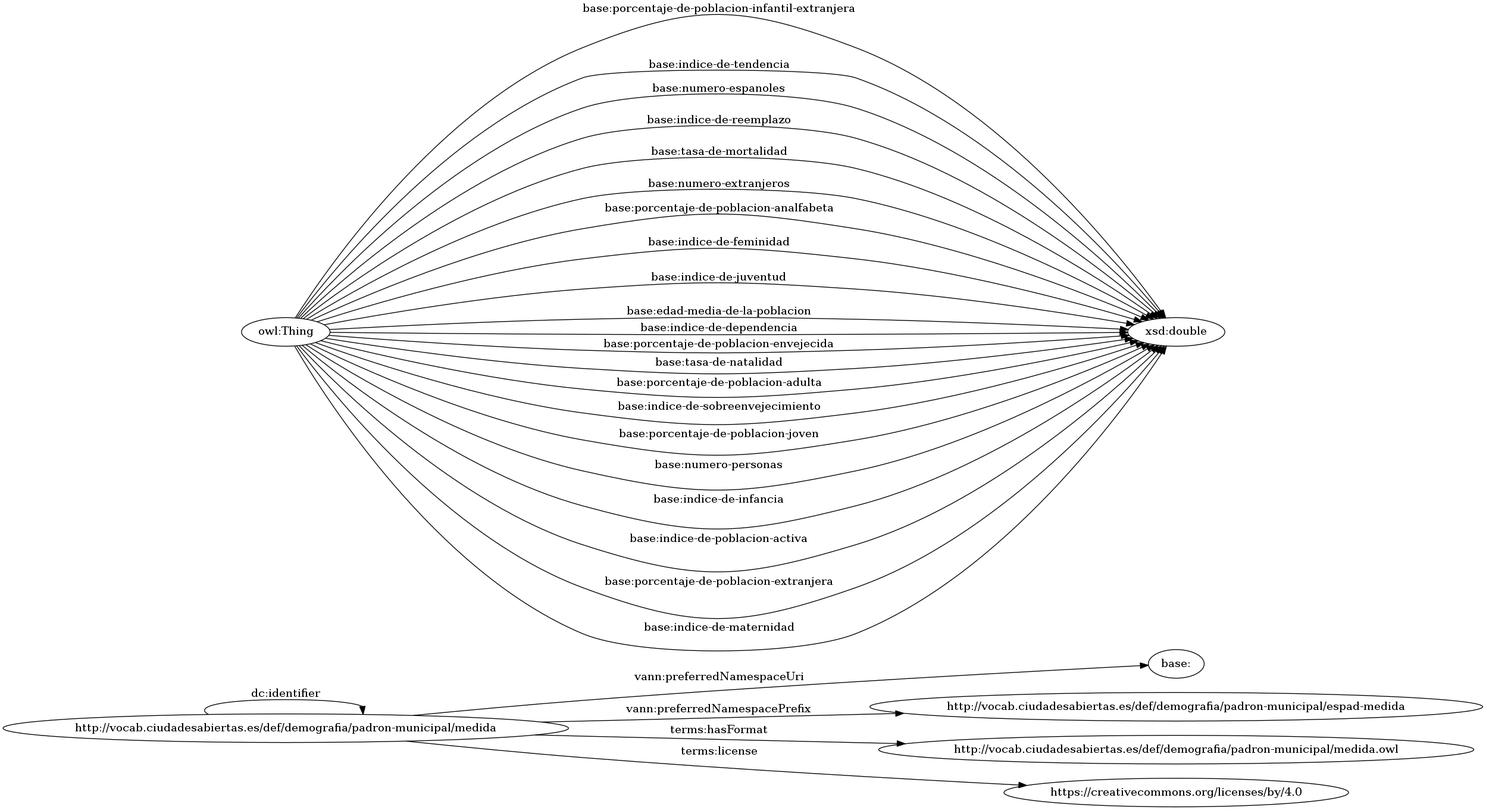
opencitydata/demografia-datos keeps this Graphviz diagram as OnToology/measure-ontology/padron-municipal-medida.owl/diagrams/ar2dtool-class/padron-municipal-medida.owl.png. Above is the earlier version. Its source is kept beside it as OnToology/measure-ontology/padron-municipal-medida.owl/diagrams/ar2dtool-class/padron-municipal-medida.owl.png.dot. Its diagram source:
```dot
digraph ar2dtool_diagram {
rankdir=LR;
size="1501"
	"http://vocab.ciudadesabiertas.es/def/demografia/padron-municipal/medida" -> "http://vocab.ciudadesabiertas.es/def/demografia/padron-municipal/medida" [ label = "dc:identifier" ];
	"http://vocab.ciudadesabiertas.es/def/demografia/padron-municipal/medida" -> "base:" [ label = "vann:preferredNamespaceUri" ];
	"http://vocab.ciudadesabiertas.es/def/demografia/padron-municipal/medida" -> "http://vocab.ciudadesabiertas.es/def/demografia/padron-municipal/espad-medida" [ label = "vann:preferredNamespacePrefix" ];
	"http://vocab.ciudadesabiertas.es/def/demografia/padron-municipal/medida" -> "http://vocab.ciudadesabiertas.es/def/demografia/padron-municipal/medida.owl" [ label = "terms:hasFormat" ];
	"http://vocab.ciudadesabiertas.es/def/demografia/padron-municipal/medida" -> "https://creativecommons.org/licenses/by/4.0" [ label = "terms:license" ];
	"owl:Thing" -> "xsd:double" [ label = "base:porcentaje-de-poblacion-infantil-extranjera" ];
	"owl:Thing" -> "xsd:double" [ label = "base:indice-de-tendencia" ];
	"owl:Thing" -> "xsd:double" [ label = "base:numero-espanoles" ];
	"owl:Thing" -> "xsd:double" [ label = "base:indice-de-reemplazo" ];
	"owl:Thing" -> "xsd:double" [ label = "base:tasa-de-mortalidad" ];
	"owl:Thing" -> "xsd:double" [ label = "base:numero-extranjeros" ];
	"owl:Thing" -> "xsd:double" [ label = "base:porcentaje-de-poblacion-analfabeta" ];
	"owl:Thing" -> "xsd:double" [ label = "base:indice-de-feminidad" ];
	"owl:Thing" -> "xsd:double" [ label = "base:indice-de-juventud" ];
	"owl:Thing" -> "xsd:double" [ label = "base:edad-media-de-la-poblacion" ];
	"owl:Thing" -> "xsd:double" [ label = "base:indice-de-dependencia" ];
	"owl:Thing" -> "xsd:double" [ label = "base:porcentaje-de-poblacion-envejecida" ];
	"owl:Thing" -> "xsd:double" [ label = "base:tasa-de-natalidad" ];
	"owl:Thing" -> "xsd:double" [ label = "base:porcentaje-de-poblacion-adulta" ];
	"owl:Thing" -> "xsd:double" [ label = "base:indice-de-sobreenvejecimiento" ];
	"owl:Thing" -> "xsd:double" [ label = "base:porcentaje-de-poblacion-joven" ];
	"owl:Thing" -> "xsd:double" [ label = "base:numero-personas" ];
	"owl:Thing" -> "xsd:double" [ label = "base:indice-de-infancia" ];
	"owl:Thing" -> "xsd:double" [ label = "base:indice-de-poblacion-activa" ];
	"owl:Thing" -> "xsd:double" [ label = "base:porcentaje-de-poblacion-extranjera" ];
	"owl:Thing" -> "xsd:double" [ label = "base:indice-de-maternidad" ];

}
```
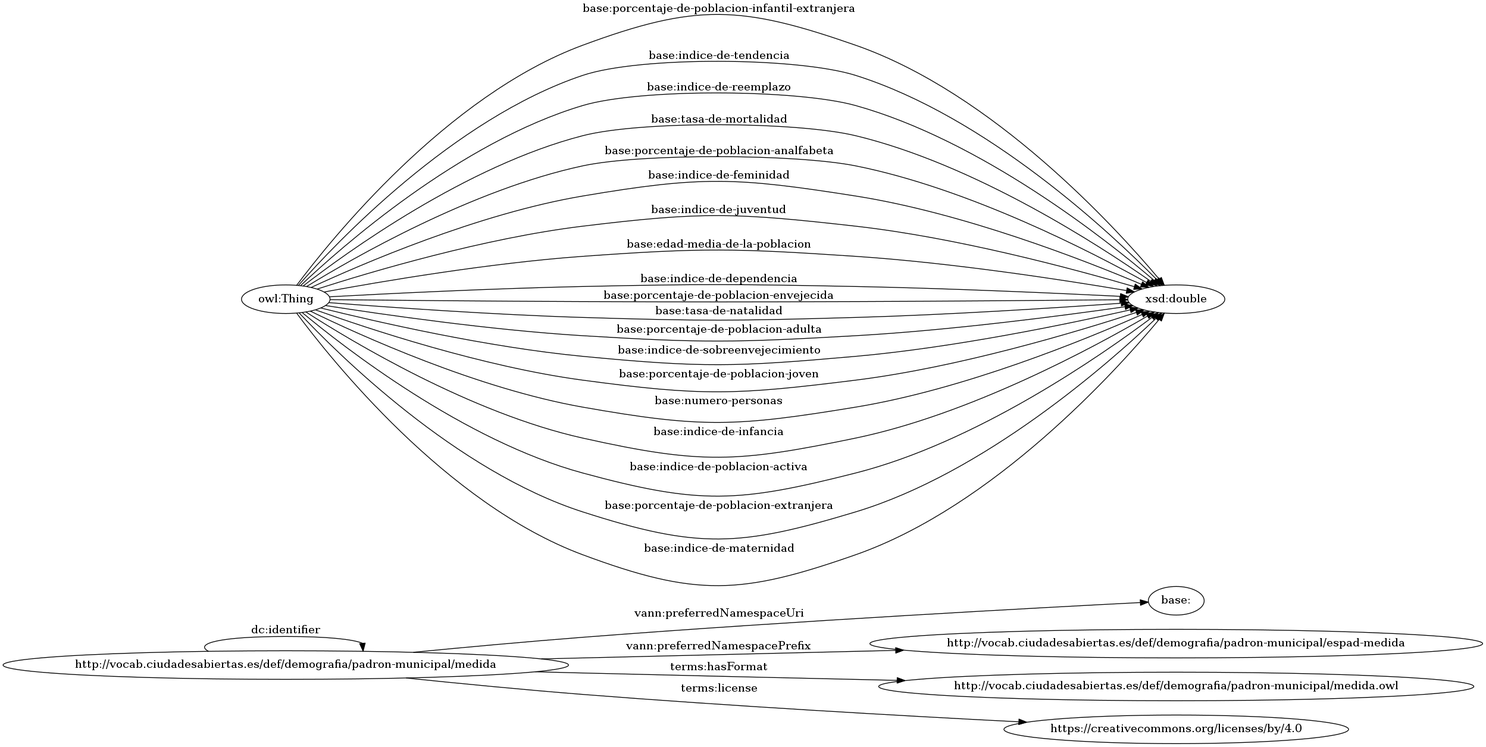
Above is the later version.

Change to the diagram source:
```diff
@@ -8,10 +8,8 @@
 	"http://vocab.ciudadesabiertas.es/def/demografia/padron-municipal/medida" -> "https://creativecommons.org/licenses/by/4.0" [ label = "terms:license" ];
 	"owl:Thing" -> "xsd:double" [ label = "base:porcentaje-de-poblacion-infantil-extranjera" ];
 	"owl:Thing" -> "xsd:double" [ label = "base:indice-de-tendencia" ];
-	"owl:Thing" -> "xsd:double" [ label = "base:numero-espanoles" ];
 	"owl:Thing" -> "xsd:double" [ label = "base:indice-de-reemplazo" ];
 	"owl:Thing" -> "xsd:double" [ label = "base:tasa-de-mortalidad" ];
-	"owl:Thing" -> "xsd:double" [ label = "base:numero-extranjeros" ];
 	"owl:Thing" -> "xsd:double" [ label = "base:porcentaje-de-poblacion-analfabeta" ];
 	"owl:Thing" -> "xsd:double" [ label = "base:indice-de-feminidad" ];
 	"owl:Thing" -> "xsd:double" [ label = "base:indice-de-juventud" ];
```
